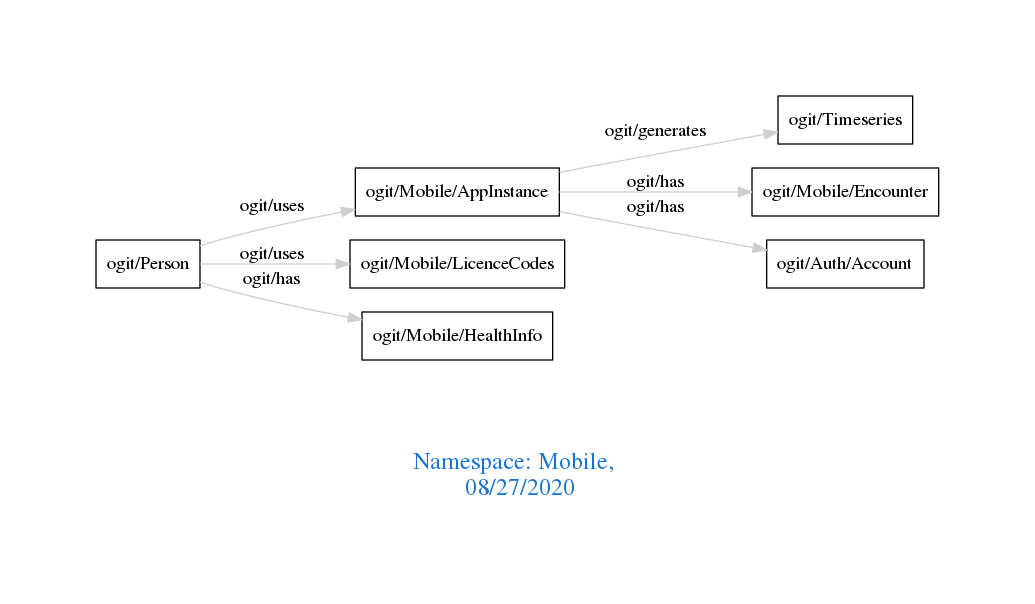
Earlier version of the Graphviz export downloads/Mobile.png (arago/OGIT). Its source is kept beside it as downloads/Mobile.dot.
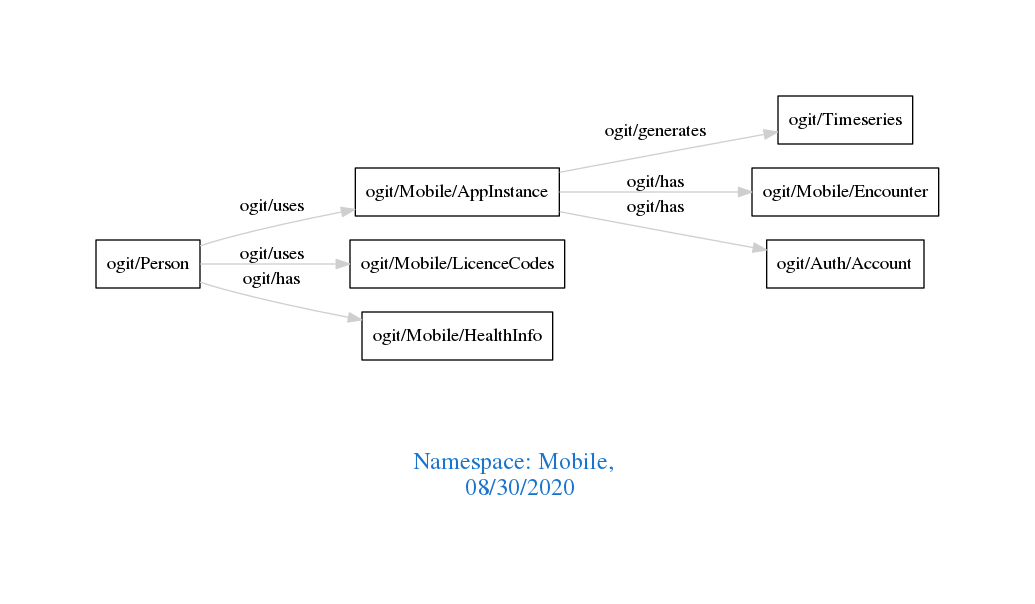
The same diagram one commit later.

What changed in the source:
```diff
@@ -1,7 +1,7 @@
 digraph OGIT_ontology {
  graph [ rankdir= LR,pad=1
 fontsize = 18,
-fontcolor= dodgerblue3,label = "\n\n\nNamespace: Mobile, \n 08/27/2020"];
+fontcolor= dodgerblue3,label = "\n\n\nNamespace: Mobile, \n 08/30/2020"];
 node[shape=polygon];
 edge [  color="gray81"];
 
```
